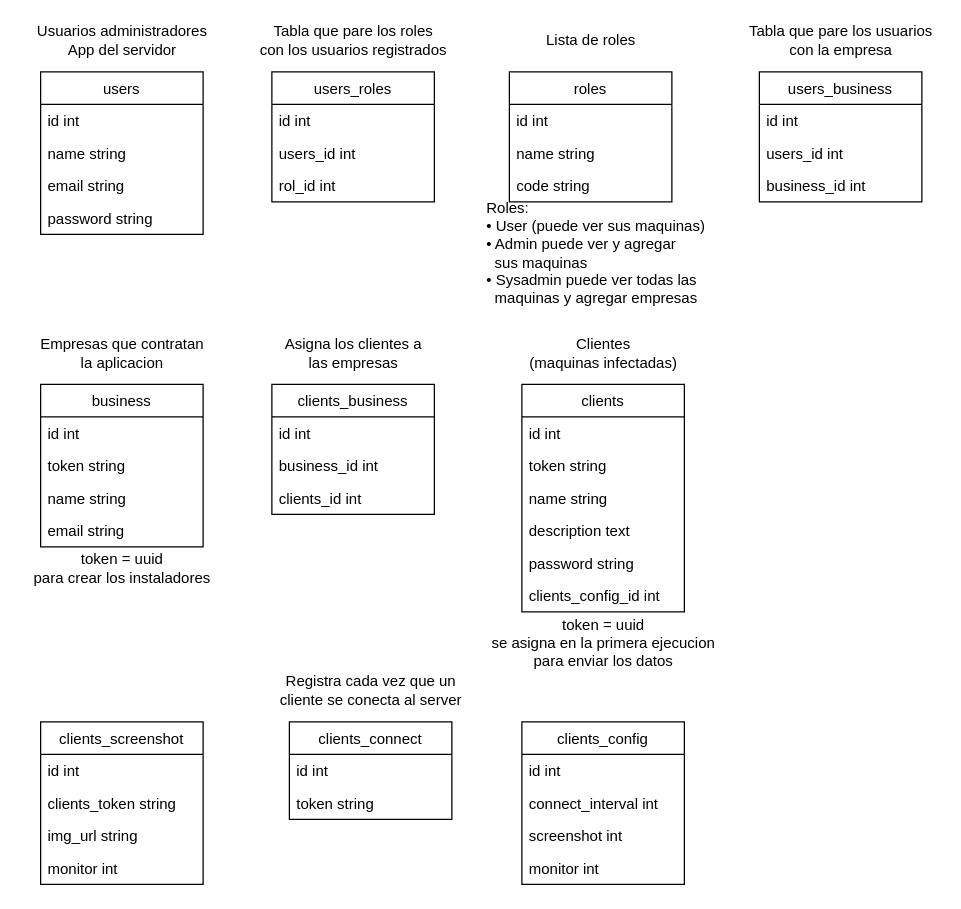
Above: control app DB driagram.drawio in TaielMartinez/Control_App-v2 (draw.io), before the change. Source tidied: cells renumbered, new cells numbered last; positions are measured from the earlier drawing's top-left corner, leaving out a move shared by most shapes. Both pictures are drawn from the tidied source at 125%, with x=0, y=0 at pixel (21, 21).
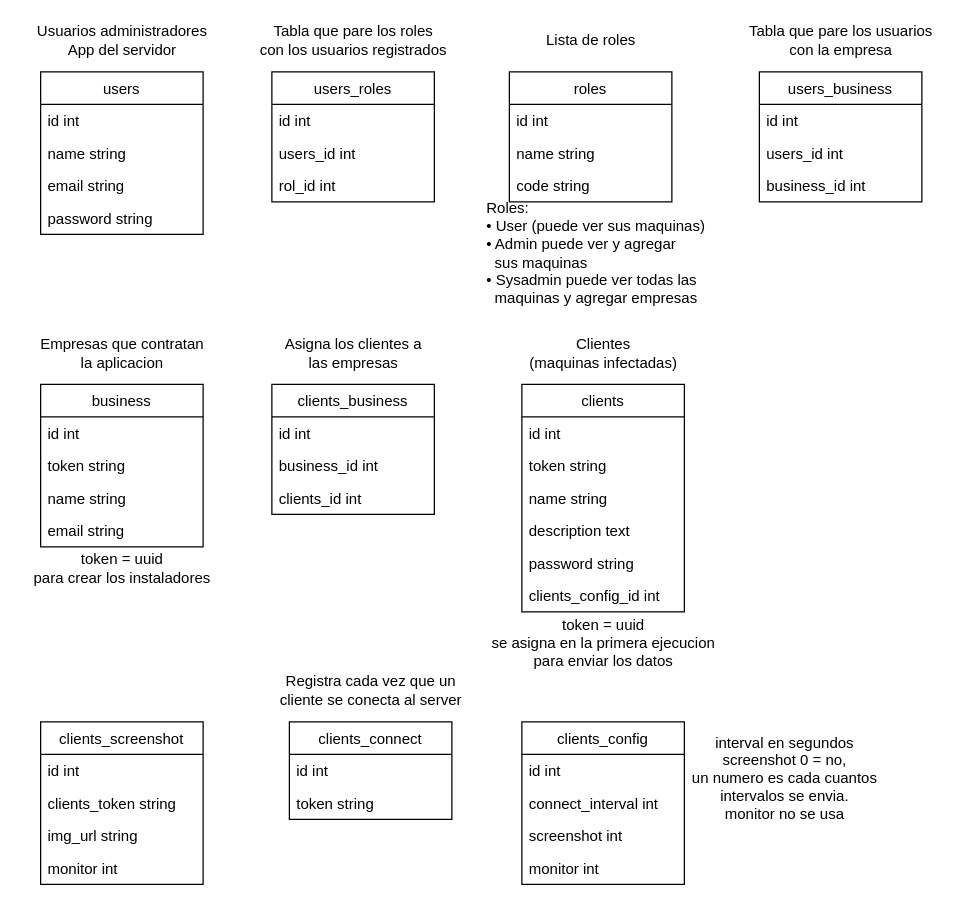
The same diagram, later.

Commit message (it also covers changes not shown here):
screenshot server y cliente

What changed in the source:
```diff
@@
+    <mxCell id="59" value="interval en segundos&lt;br&gt;screenshot 0 = no,&lt;br&gt;un numero es cada cuantos&lt;br&gt;intervalos se envia.&lt;br&gt;monitor no se usa" style="text;html=1;align=center;verticalAlign=middle;" parent="1" vertex="1">
+      <mxGeometry x="530" y="565" width="160" height="80" as="geometry" />
+    </mxCell>
```
